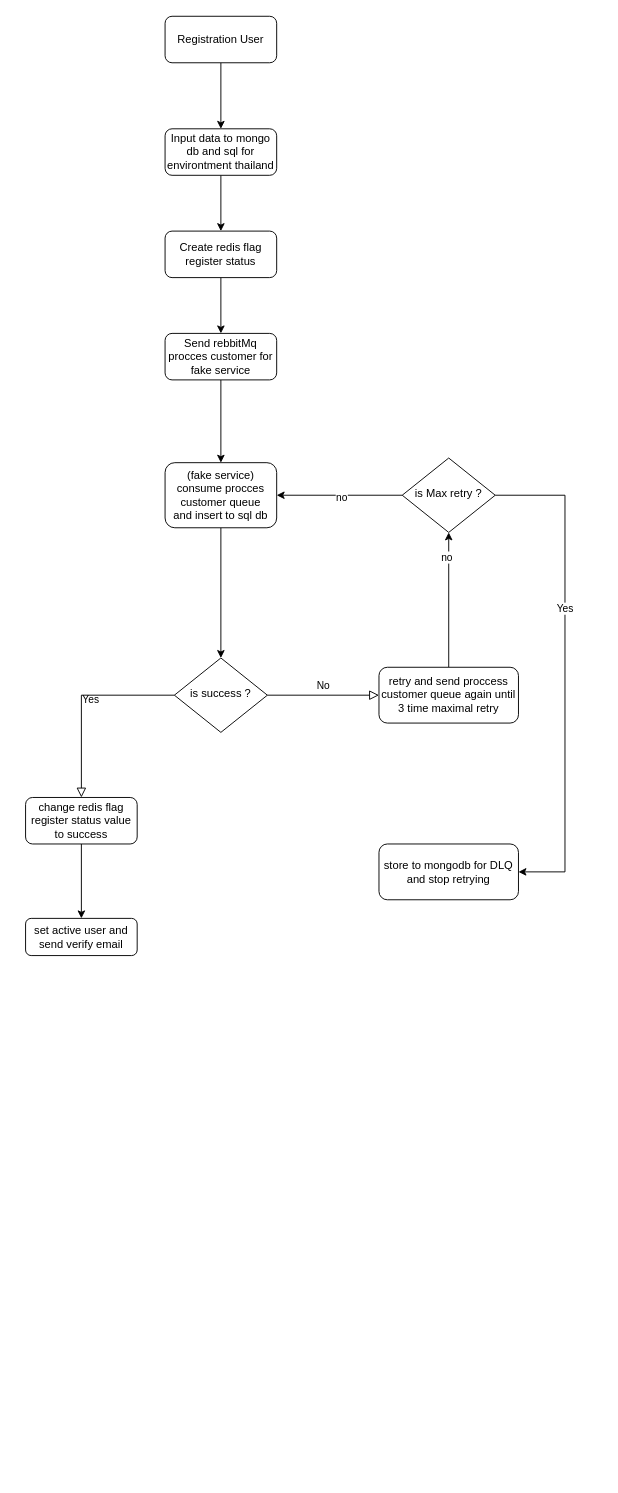
Above: page "Registration" (3 of 3) of Untitled Diagram.drawio in fudjieOcistok/all-oci-resource (draw.io), before the change. Source tidied: cells renumbered, new cells numbered last; positions are measured from the earlier drawing's top-left corner, leaving out a move shared by most shapes. Both pictures are drawn from the tidied source at 93%, with x=0, y=0 at pixel (25, 16).
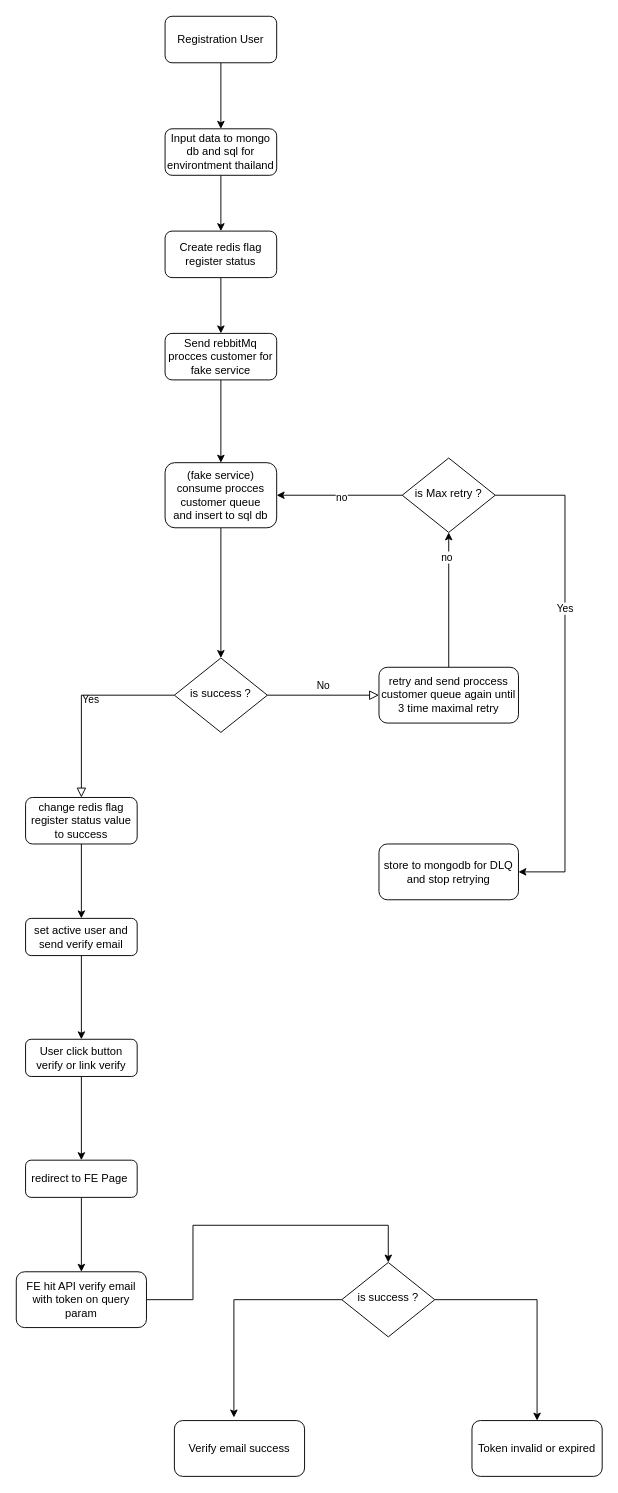
The same diagram, later.

Commit message:
registration full flow

Unchanged cells that the change refers to:
```xml
<mxCell id="12" value="set active user and send verify email" style="rounded=1;whiteSpace=wrap;html=1;fontSize=12;glass=0;strokeWidth=1;shadow=0;" parent="1" vertex="1">
  <mxGeometry y="970" width="120" height="40" as="geometry" />
</mxCell>
```

What changed in the source:
```diff
@@
+    <mxCell id="27" style="edgeStyle=orthogonalEdgeStyle;rounded=0;jettySize=auto;html=1;entryX=0.5;entryY=0;entryDx=0;entryDy=0;" parent="1" edge="1" source="12" target="29">
+      <mxGeometry relative="1" as="geometry" />
+    </mxCell>
@@
+    <mxCell id="28" style="edgeStyle=orthogonalEdgeStyle;rounded=0;jettySize=auto;html=1;entryX=0.5;entryY=0;entryDx=0;entryDy=0;" parent="1" edge="1" source="29" target="31">
+      <mxGeometry relative="1" as="geometry" />
+    </mxCell>
+    <mxCell id="29" value="User click button verify or link verify" style="rounded=1;whiteSpace=wrap;html=1;fontSize=12;glass=0;strokeWidth=1;shadow=0;" parent="1" vertex="1">
+      <mxGeometry y="1100" width="120" height="40" as="geometry" />
+    </mxCell>
+    <mxCell id="30" style="edgeStyle=orthogonalEdgeStyle;rounded=0;jettySize=auto;html=1;entryX=0.5;entryY=0;entryDx=0;entryDy=0;" parent="1" edge="1" source="31" target="33">
+      <mxGeometry relative="1" as="geometry" />
+    </mxCell>
+    <mxCell id="31" value="redirect to FE Page&amp;nbsp;" style="rounded=1;whiteSpace=wrap;html=1;fontSize=12;glass=0;strokeWidth=1;shadow=0;" parent="1" vertex="1">
+      <mxGeometry y="1230" width="120" height="40" as="geometry" />
+    </mxCell>
+    <mxCell id="32" style="edgeStyle=orthogonalEdgeStyle;rounded=0;jettySize=auto;html=1;entryX=0.5;entryY=0;entryDx=0;entryDy=0;" parent="1" edge="1" source="33" target="37">
+      <mxGeometry relative="1" as="geometry">
+        <Array as="points">
+          <mxPoint x="180" y="1380" />
+          <mxPoint x="180" y="1300" />
+          <mxPoint x="390" y="1300" />
+        </Array>
+      </mxGeometry>
+    </mxCell>
+    <mxCell id="33" value="FE hit API verify email with token on query param" style="rounded=1;whiteSpace=wrap;html=1;fontSize=12;glass=0;strokeWidth=1;shadow=0;" parent="1" vertex="1">
+      <mxGeometry x="-10" y="1350" width="140" height="60" as="geometry" />
+    </mxCell>
+    <mxCell id="34" value="Verify email success" style="rounded=1;whiteSpace=wrap;html=1;fontSize=12;glass=0;strokeWidth=1;shadow=0;" parent="1" vertex="1">
+      <mxGeometry x="160" y="1510" width="140" height="60" as="geometry" />
+    </mxCell>
+    <mxCell id="35" value="Token invalid or expired" style="rounded=1;whiteSpace=wrap;html=1;fontSize=12;glass=0;strokeWidth=1;shadow=0;" parent="1" vertex="1">
+      <mxGeometry x="480" y="1510" width="140" height="60" as="geometry" />
+    </mxCell>
+    <mxCell id="36" style="edgeStyle=orthogonalEdgeStyle;rounded=0;jettySize=auto;html=1;entryX=0.5;entryY=0;entryDx=0;entryDy=0;" parent="1" edge="1" source="37" target="35">
+      <mxGeometry relative="1" as="geometry" />
+    </mxCell>
+    <mxCell id="37" value="is success ?" style="rhombus;whiteSpace=wrap;html=1;shadow=0;fontFamily=Helvetica;fontSize=12;align=center;strokeWidth=1;spacing=6;spacingTop=-4;" parent="1" vertex="1">
+      <mxGeometry x="340" y="1340" width="100" height="80" as="geometry" />
+    </mxCell>
+    <mxCell id="38" style="edgeStyle=orthogonalEdgeStyle;rounded=0;jettySize=auto;html=1;entryX=0.457;entryY=-0.056;entryDx=0;entryDy=0;entryPerimeter=0;" parent="1" edge="1" source="37" target="34">
+      <mxGeometry relative="1" as="geometry" />
+    </mxCell>
```
